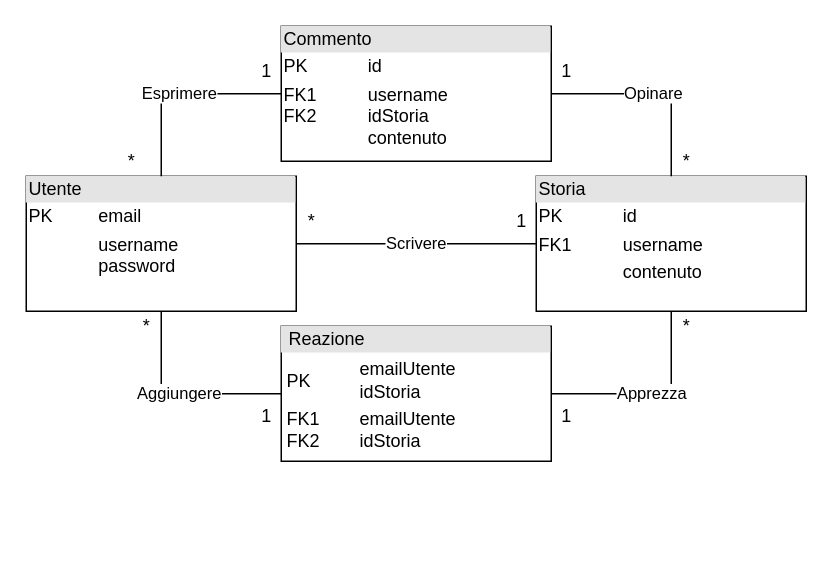
The draw.io diagram Schemi/ClassDiagramDatabase.drawio in EmmanuelEngineer/E.M.A.A., before the edit. Source tidied: cells renumbered, new cells numbered last; positions are measured from the earlier drawing's top-left corner, leaving out a move shared by most shapes. Both pictures are drawn from the tidied source at 150%, with x=0, y=0 at pixel (26, 26).
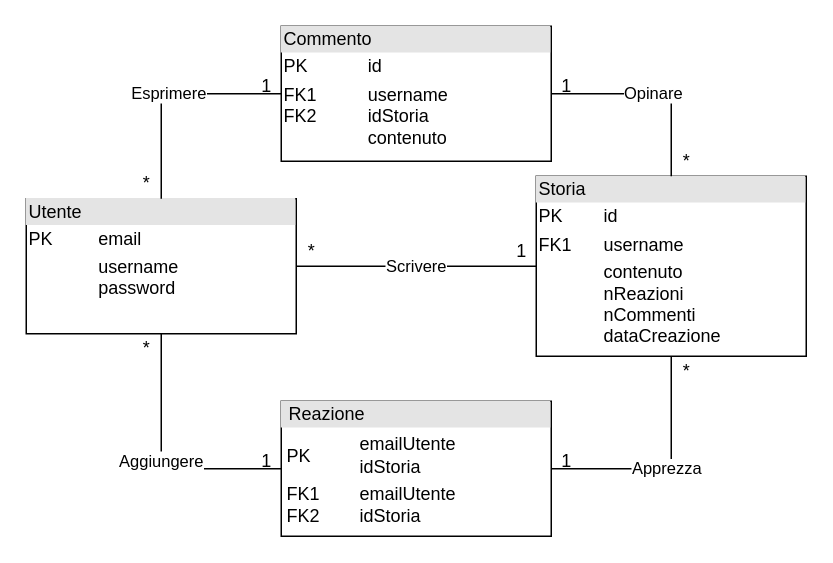
After the change.

Commit message (it also covers changes not shown here):
correzzione class diagram

The edit, as a diff of the source:
```diff
@@
     <mxCell id="3" value="&lt;div style=&quot;box-sizing: border-box ; width: 100% ; background: #e4e4e4 ; padding: 2px&quot;&gt;Utente&lt;/div&gt;&lt;table style=&quot;width: 100% ; font-size: 1em&quot; cellpadding=&quot;2&quot; cellspacing=&quot;0&quot;&gt;&lt;tbody&gt;&lt;tr&gt;&lt;td&gt;PK&lt;/td&gt;&lt;td&gt;email&lt;/td&gt;&lt;/tr&gt;&lt;tr&gt;&lt;td&gt;&lt;br&gt;&lt;/td&gt;&lt;td&gt;username&lt;br&gt;password&lt;/td&gt;&lt;/tr&gt;&lt;tr&gt;&lt;td&gt;&lt;/td&gt;&lt;td&gt;&lt;br&gt;&lt;/td&gt;&lt;/tr&gt;&lt;/tbody&gt;&lt;/table&gt;" style="verticalAlign=top;align=left;overflow=fill;html=1;" parent="1" vertex="1">
-      <mxGeometry y="100" width="180" height="90" as="geometry" />
+      <mxGeometry y="115" width="180" height="90" as="geometry" />
     </mxCell>
@@
-    <mxCell id="5" value="&lt;div style=&quot;box-sizing: border-box ; width: 100% ; background: #e4e4e4 ; padding: 2px&quot;&gt;Storia&lt;/div&gt;&lt;table style=&quot;width: 100% ; font-size: 1em&quot; cellpadding=&quot;2&quot; cellspacing=&quot;0&quot;&gt;&lt;tbody&gt;&lt;tr&gt;&lt;td&gt;PK&lt;/td&gt;&lt;td&gt;id&lt;/td&gt;&lt;/tr&gt;&lt;tr&gt;&lt;td&gt;FK1&lt;/td&gt;&lt;td&gt;username&lt;/td&gt;&lt;/tr&gt;&lt;tr&gt;&lt;td&gt;&lt;/td&gt;&lt;td&gt;contenuto&lt;/td&gt;&lt;/tr&gt;&lt;/tbody&gt;&lt;/table&gt;" style="verticalAlign=top;align=left;overflow=fill;html=1;" parent="1" vertex="1">
-      <mxGeometry x="340" y="100" width="180" height="90" as="geometry" />
+    <mxCell id="5" value="&lt;div style=&quot;box-sizing: border-box ; width: 100% ; background: #e4e4e4 ; padding: 2px&quot;&gt;Storia&lt;/div&gt;&lt;table style=&quot;width: 100% ; font-size: 1em&quot; cellpadding=&quot;2&quot; cellspacing=&quot;0&quot;&gt;&lt;tbody&gt;&lt;tr&gt;&lt;td&gt;PK&lt;/td&gt;&lt;td&gt;id&lt;/td&gt;&lt;/tr&gt;&lt;tr&gt;&lt;td&gt;FK1&lt;/td&gt;&lt;td&gt;username&lt;/td&gt;&lt;/tr&gt;&lt;tr&gt;&lt;td&gt;&lt;/td&gt;&lt;td&gt;contenuto&lt;br&gt;nReazioni&lt;br&gt;nCommenti&lt;br&gt;dataCreazione&lt;/td&gt;&lt;/tr&gt;&lt;/tbody&gt;&lt;/table&gt;" style="verticalAlign=top;align=left;overflow=fill;html=1;" parent="1" vertex="1">
+      <mxGeometry x="340" y="100" width="180" height="120" as="geometry" />
     </mxCell>
@@
     <mxCell id="10" value="&lt;div style=&quot;box-sizing: border-box ; width: 100% ; background: #e4e4e4 ; padding: 2px&quot;&gt;&amp;nbsp;Reazione&lt;/div&gt;&lt;table style=&quot;width: 100% ; font-size: 1em&quot; cellpadding=&quot;2&quot; cellspacing=&quot;0&quot;&gt;&lt;tbody&gt;&lt;tr&gt;&lt;td&gt;&lt;table cellpadding=&quot;2&quot; cellspacing=&quot;0&quot; style=&quot;font-size: 1em ; width: 176px&quot;&gt;&lt;tbody&gt;&lt;tr&gt;&lt;td&gt;PK&amp;nbsp;&lt;/td&gt;&lt;td&gt;emailUtente&lt;br&gt;idStoria&lt;/td&gt;&lt;/tr&gt;&lt;tr&gt;&lt;td&gt;FK1&lt;br&gt;FK2&lt;/td&gt;&lt;td&gt;emailUtente&lt;br&gt;idStoria&lt;/td&gt;&lt;/tr&gt;&lt;/tbody&gt;&lt;/table&gt;&lt;/td&gt;&lt;td&gt;&lt;/td&gt;&lt;/tr&gt;&lt;/tbody&gt;&lt;/table&gt;" style="verticalAlign=top;align=left;overflow=fill;html=1;" parent="1" vertex="1">
-      <mxGeometry x="170" y="200" width="180" height="90" as="geometry" />
+      <mxGeometry x="170" y="250" width="180" height="90" as="geometry" />
     </mxCell>
     <mxCell id="11" value="1" style="text;html=1;align=center;verticalAlign=middle;strokeColor=none;fillColor=none;" parent="1" vertex="1">
-      <mxGeometry x="320" y="120" width="20" height="20" as="geometry" />
+      <mxGeometry x="320" y="140" width="20" height="20" as="geometry" />
     </mxCell>
     <mxCell id="12" value="*" style="text;html=1;align=center;verticalAlign=middle;strokeColor=none;fillColor=none;" parent="1" vertex="1">
-      <mxGeometry x="180" y="120" width="20" height="20" as="geometry" />
+      <mxGeometry x="180" y="140" width="20" height="20" as="geometry" />
     </mxCell>
     <mxCell id="13" value="*" style="text;html=1;align=center;verticalAlign=middle;strokeColor=none;fillColor=none;" parent="1" vertex="1">
-      <mxGeometry x="60" y="80" width="20" height="20" as="geometry" />
+      <mxGeometry x="70" y="95" width="20" height="20" as="geometry" />
     </mxCell>
     <mxCell id="14" value="*" style="text;html=1;align=center;verticalAlign=middle;strokeColor=none;fillColor=none;" parent="1" vertex="1">
-      <mxGeometry x="70" y="190" width="20" height="20" as="geometry" />
+      <mxGeometry x="70" y="205" width="20" height="20" as="geometry" />
     </mxCell>
     <mxCell id="15" value="*" style="text;html=1;align=center;verticalAlign=middle;strokeColor=none;fillColor=none;" parent="1" vertex="1">
-      <mxGeometry x="430" y="190" width="20" height="20" as="geometry" />
+      <mxGeometry x="430" y="220" width="20" height="20" as="geometry" />
     </mxCell>
@@
     <mxCell id="17" value="1" style="text;html=1;align=center;verticalAlign=middle;strokeColor=none;fillColor=none;" parent="1" vertex="1">
-      <mxGeometry x="150" y="250" width="20" height="20" as="geometry" />
+      <mxGeometry x="150" y="280" width="20" height="20" as="geometry" />
     </mxCell>
     <mxCell id="18" value="1" style="text;html=1;align=center;verticalAlign=middle;strokeColor=none;fillColor=none;" parent="1" vertex="1">
-      <mxGeometry x="350" y="250" width="20" height="20" as="geometry" />
+      <mxGeometry x="350" y="280" width="20" height="20" as="geometry" />
     </mxCell>
     <mxCell id="19" value="1" style="text;html=1;align=center;verticalAlign=middle;strokeColor=none;fillColor=none;" parent="1" vertex="1">
-      <mxGeometry x="350" y="20" width="20" height="20" as="geometry" />
+      <mxGeometry x="350" y="30" width="20" height="20" as="geometry" />
     </mxCell>
     <mxCell id="20" value="1" style="text;html=1;align=center;verticalAlign=middle;strokeColor=none;fillColor=none;" parent="1" vertex="1">
-      <mxGeometry x="150" y="20" width="20" height="20" as="geometry" />
+      <mxGeometry x="150" y="30" width="20" height="20" as="geometry" />
     </mxCell>
```
